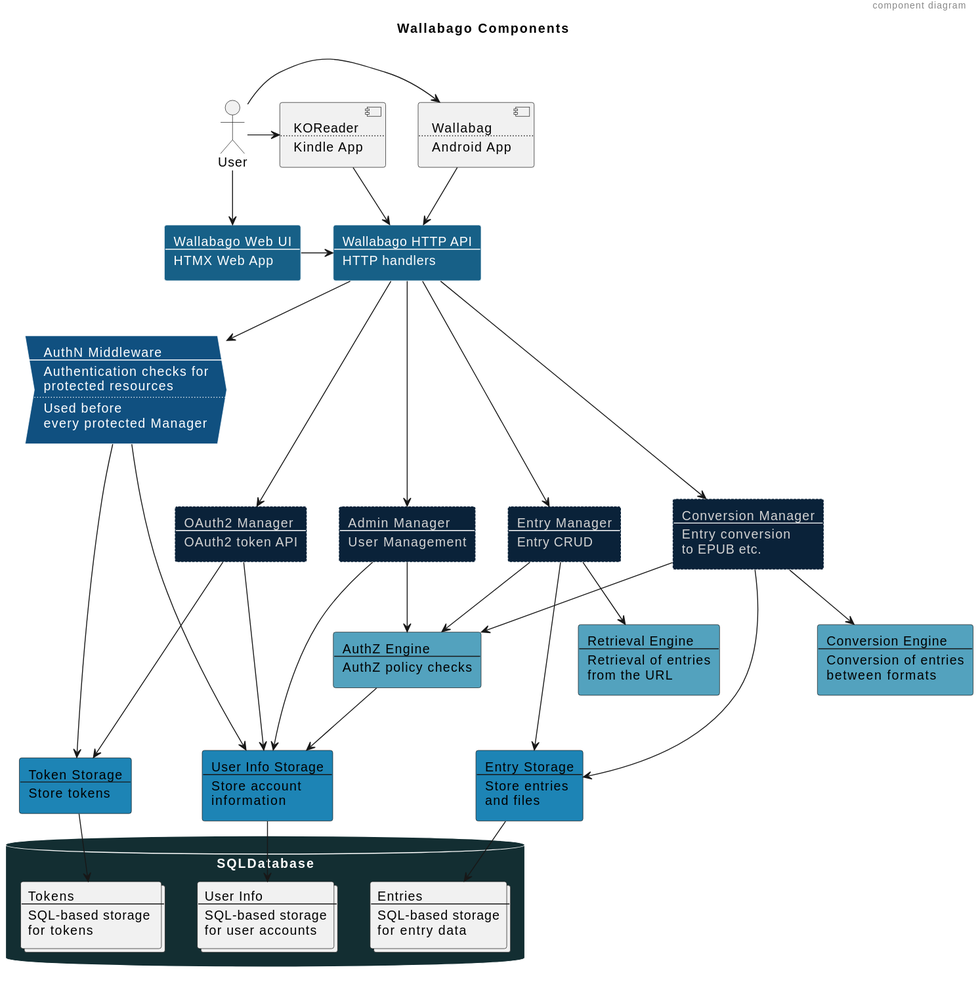
xomiachuna/wallabago keeps this PlantUML diagram as docs/diagrams/dist/architecture-components.svg. Above is the earlier version.
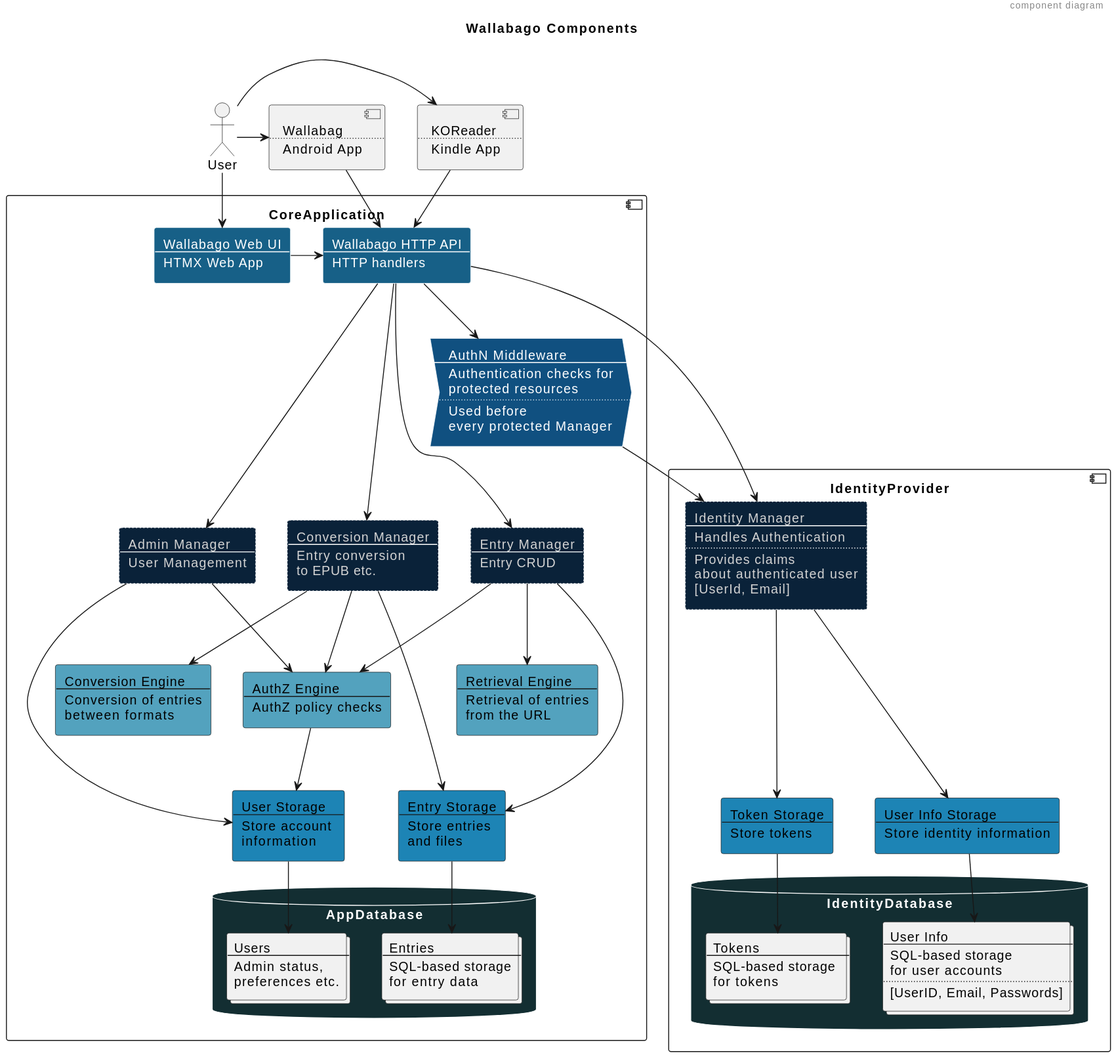
Later version of the same file.

Commit message:
docs: Extract the identity infrastructure to be separate from app users

Change to the diagram source:
```diff
@@ -25,119 +25,145 @@
     ....
     Android App
 ]
+component CoreApplication {
+    rectangle HTTPAPI #$API [
+        Wallabago HTTP API
+        ----
+        HTTP handlers
+    ]
 
-rectangle HTTPAPI #$API [
-    Wallabago HTTP API
-    ----
-    HTTP handlers
-]
+    rectangle WebUI #$API [
+        Wallabago Web UI
+        ----
+        HTMX Web App
+    ]
 
-rectangle WebUI #$API [
-    Wallabago Web UI
-    ----
-    HTMX Web App
-]
+    process AuthNMiddleware #$Middleware [
+        AuthN Middleware
+        ----
+        Authentication checks for
+        protected resources
+        ....
+        Used before
+        every protected Manager
+    ]
 
-process AuthNMiddleware #$Middleware [
-    AuthN Middleware
-    ----
-    Authentication checks for
-    protected resources
-    ....
-    Used before
-    every protected Manager
-]
-
-rectangle AdminManager #$Manager [
-    Admin Manager
-    ----
-    User Management
-]
-
-rectangle OAuth2Manager #$Manager [
-    OAuth2 Manager
-    ----
-    OAuth2 token API
-]
-
-rectangle EntryManager #$Manager [
-    Entry Manager
-    ----
-    Entry CRUD
-]
-
-rectangle ConversionManager #$Manager [
-    Conversion Manager
-    ----
-    Entry conversion
-    to EPUB etc.
-]
+    rectangle AdminManager #$Manager [
+        Admin Manager
+        ----
+        User Management
+    ]
 
 
-rectangle AuthZEngine #$Engine [
-    AuthZ Engine
-    ----
-    AuthZ policy checks
-]
+    rectangle EntryManager #$Manager [
+        Entry Manager
+        ----
+        Entry CRUD
+    ]
 
-rectangle RetrievalEngine #$Engine [
-    Retrieval Engine
-    ----
-    Retrieval of entries
-    from the URL
-]
-
-rectangle ConversionEngine #$Engine [
-    Conversion Engine
-    ----
-    Conversion of entries
-    between formats
-]
+    rectangle ConversionManager #$Manager [
+        Conversion Manager
+        ----
+        Entry conversion
+        to EPUB etc.
+    ]
 
 
-rectangle TokenStorage #$Storage [
-    Token Storage
-    ----
-    Store tokens
-]
+    rectangle AuthZEngine #$Engine [
+        AuthZ Engine
+        ----
+        AuthZ policy checks
+    ]
 
-rectangle UserInfoStorage #$Storage [
-    User Info Storage
-    ----
-    Store account
-    information
-]
+    rectangle RetrievalEngine #$Engine [
+        Retrieval Engine
+        ----
+        Retrieval of entries
+        from the URL
+    ]
 
-rectangle EntryStorage #$Storage [
-    Entry Storage
-    ----
-    Store entries
-    and files
-]
+    rectangle ConversionEngine #$Engine [
+        Conversion Engine
+        ----
+        Conversion of entries
+        between formats
+    ]
 
 
-database SQLDatabase #$Persistence {
-    collections UserInfo [
-        User Info
+
+    rectangle UserStorage #$Storage [
+        User Storage
         ----
-        SQL-based storage
-        for user accounts
+        Store account
+        information
     ]
 
-    collections Tokens  [
-        Tokens
+    rectangle EntryStorage #$Storage [
+        Entry Storage
         ----
-        SQL-based storage
-        for tokens
+        Store entries
+        and files
     ]
 
-    collections Entries [
-        Entries
+
+    database AppDatabase #$Persistence {
+        collections Users [
+            Users
+            ----
+            Admin status,
+            preferences etc.
+        ]
+
+        collections Entries [
+            Entries
+            ----
+            SQL-based storage
+            for entry data
+        ]
+    }
+}
+
+component IdentityProvider {
+    rectangle IdentityManager #$Manager [
+        Identity Manager
         ----
-        SQL-based storage
-        for entry data
+        Handles Authentication
+        ....
+        Provides claims
+        about authenticated user
+        [UserId, Email]
     ]
+
+    rectangle TokenStorage #$Storage [
+        Token Storage
+        ----
+        Store tokens
+    ]
+
+    rectangle UserInfoStorage #$Storage [
+        User Info Storage
+        ----
+        Store identity information
+    ]
+    database IdentityDatabase #$Persistence {
+        collections UserInfo [
+            User Info
+            ----
+            SQL-based storage
+            for user accounts
+            ....
+            [UserID, Email, Passwords]
+        ]
+
+        collections Tokens  [
+            Tokens
+            ----
+            SQL-based storage
+            for tokens
+        ]
+    }
 }
+
 
 User -> KOReader
 KOReader --> HTTPAPI
@@ -147,33 +173,33 @@
 WebUI -> HTTPAPI
 
 HTTPAPI --> AuthNMiddleware
-HTTPAPI ---> OAuth2Manager
+HTTPAPI ---> IdentityManager
 HTTPAPI ---> AdminManager
 HTTPAPI ---> ConversionManager
 HTTPAPI ---> EntryManager
 
-AuthNMiddleware ----> TokenStorage
-AuthNMiddleware ----> UserInfoStorage
+AuthNMiddleware --> IdentityManager
 
 EntryManager --> RetrievalEngine
 EntryManager --> AuthZEngine
 EntryManager ---> EntryStorage
 
-OAuth2Manager ---> TokenStorage
-OAuth2Manager ---> UserInfoStorage
-
 AdminManager --> AuthZEngine
-AdminManager ---> UserInfoStorage
+AdminManager ---> UserStorage
 
 ConversionManager --> ConversionEngine
 ConversionManager --> AuthZEngine
 ConversionManager ---> EntryStorage
 
-AuthZEngine --> UserInfoStorage
+AuthZEngine --> UserStorage
 
 EntryStorage --> Entries
 
-UserInfoStorage --> UserInfo
+UserStorage --> Users
 
 TokenStorage --> Tokens
+
+IdentityManager ---> TokenStorage
+IdentityManager ---> UserInfoStorage
+UserInfoStorage --> UserInfo
 @enduml
```
